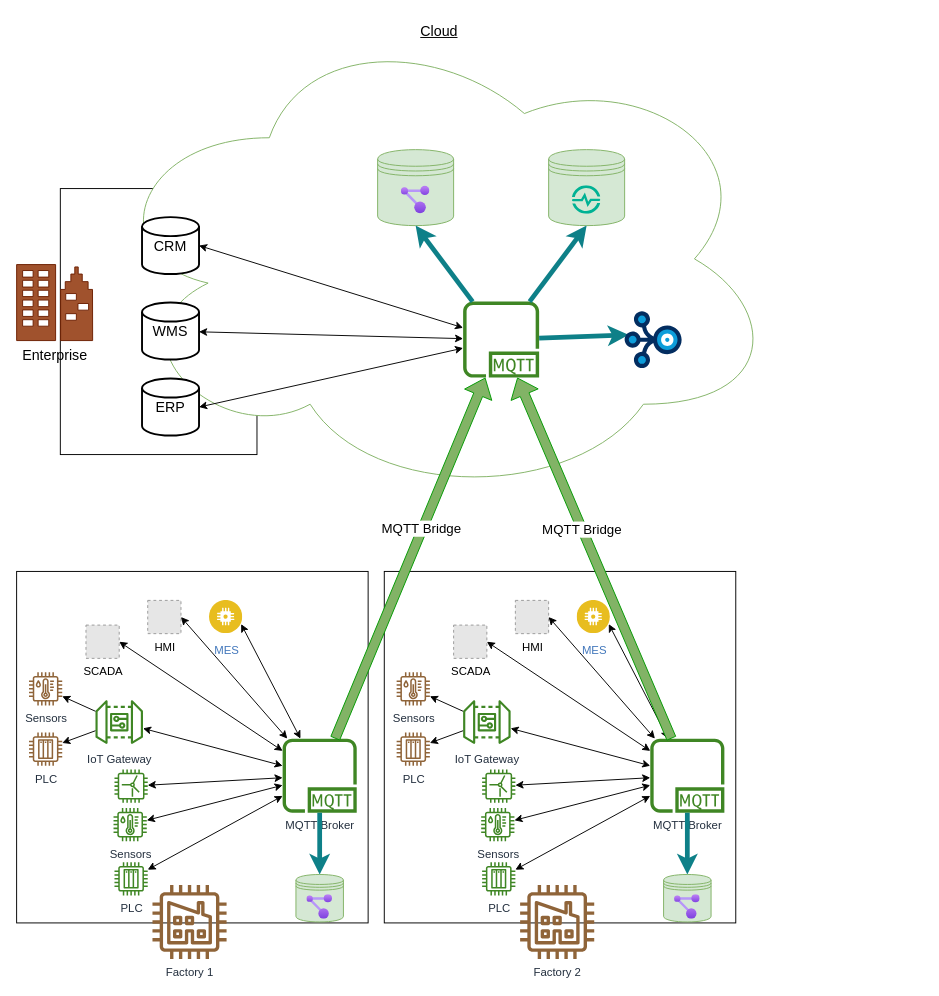
The draw.io diagram images/UNS-Architecture.drawio in mkashwin/unifiednamespace, before the edit. Source tidied: cells renumbered, new cells numbered last; positions are measured from the earlier drawing's top-left corner, leaving out a move shared by most shapes. Both pictures are drawn from the tidied source at 95%, with x=0, y=0 at pixel (16, 16). Pictures stored in the file or linked from it are replaced by grey dashed boxes.
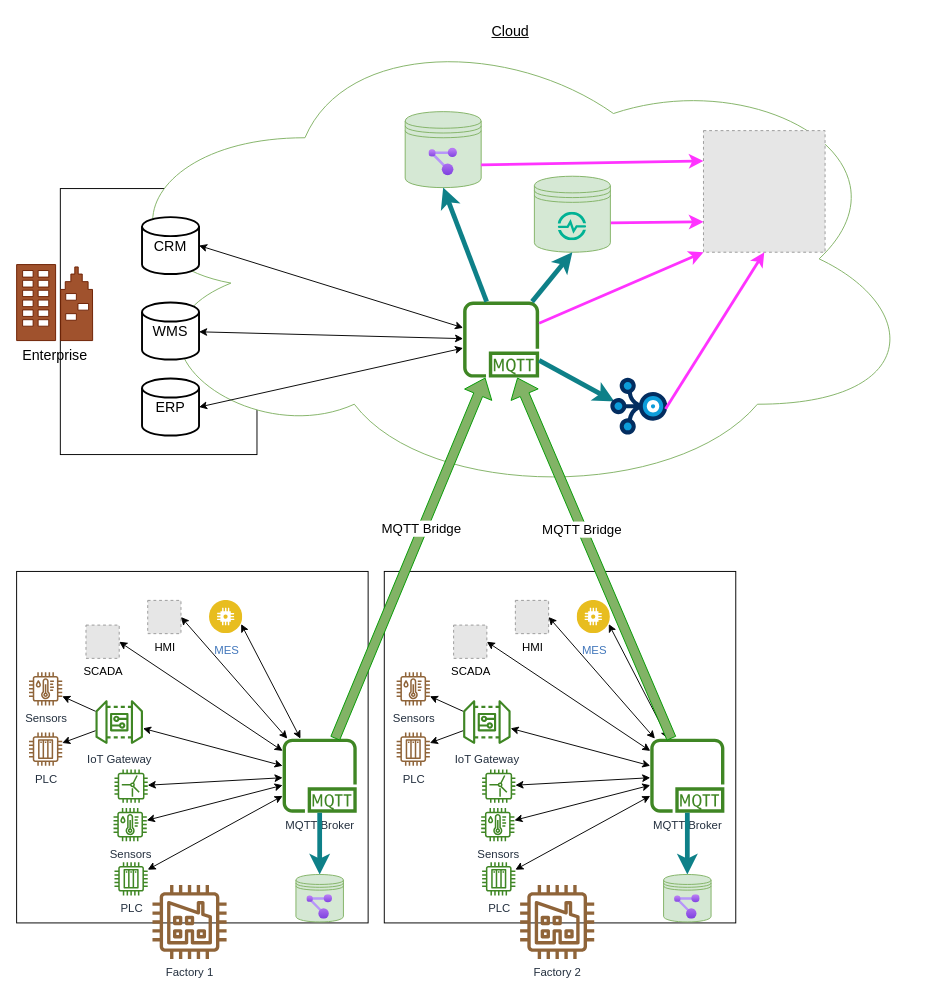
The same diagram, later.

Unchanged cells that the change refers to:
```xml
<mxCell id="58" style="sketch=0;outlineConnect=0;fontColor=#232F3E;gradientColor=none;fillColor=#3F8624;strokeColor=none;dashed=0;verticalLabelPosition=bottom;verticalAlign=top;align=center;html=1;fontSize=12;fontStyle=0;shape=mxgraph.aws4.mqtt_protocol;" parent="1" vertex="1">
  <mxGeometry x="470" y="300" width="80" height="80" as="geometry" />
</mxCell>
<mxCell id="61" style="shape=datastore;whiteSpace=wrap;html=1;fillColor=#d5e8d4;strokeColor=#82b366;" parent="60" vertex="1">
  <mxGeometry width="80" height="80" as="geometry" />
</mxCell>
<mxCell id="71" style="shape=datastore;whiteSpace=wrap;html=1;fillColor=#d5e8d4;strokeColor=#82b366;" parent="70" vertex="1">
  <mxGeometry width="80" height="80" as="geometry" />
</mxCell>
```

What changed in the source:
```diff
@@
     <mxCell id="54" value="&lt;u&gt;&lt;font style=&quot;font-size: 15px&quot;&gt;Cloud&lt;/font&gt;&lt;/u&gt;" style="ellipse;shape=cloud;whiteSpace=wrap;html=1;fontSize=15;fontColor=#000000;strokeColor=#82B366;verticalAlign=top;" parent="1" vertex="1">
-      <mxGeometry x="87" width="716" height="510" as="geometry" />
+      <mxGeometry x="87" width="866" height="510" as="geometry" />
     </mxCell>
@@
     <mxCell id="59" style="group;" parent="1" vertex="1">
-      <mxGeometry x="380" y="140" width="80" height="80" as="geometry" />
+      <mxGeometry x="409" y="100" width="80" height="80" as="geometry" />
     </mxCell>
@@
     <mxCell id="70" style="group;" parent="1" vertex="1">
-      <mxGeometry x="560" y="140" width="80" height="80" as="geometry" />
+      <mxGeometry x="545" y="168" width="80" height="80" as="geometry" />
     </mxCell>
@@
     <mxCell id="76" style="verticalLabelPosition=bottom;html=1;shape=mxgraph.salesforce.stream;" parent="1" vertex="1">
-      <mxGeometry x="640" y="310" width="60" height="60" as="geometry" />
+      <mxGeometry x="625" y="380" width="60" height="60" as="geometry" />
     </mxCell>
+    <mxCell id="77" style="fillColor=#E6E6E6;strokeColor=#999999;dashed=1;html=1;verticalAlign=top;verticalLabelPosition=bottom;labelBackgroundColor=#ffffff;" parent="1" vertex="1">
+      <mxGeometry x="723" y="120" width="128" height="128" as="geometry" />
+    </mxCell>
+    <mxCell id="78" style="endArrow=classic;html=1;rounded=0;strokeWidth=3;fillColor=#b0e3e6;strokeColor=#FF33FF;exitX=1;exitY=0.7;exitDx=0;exitDy=0;entryX=0;entryY=0.25;entryDx=0;entryDy=0;" parent="1" edge="1" source="61" target="77">
+      <mxGeometry relative="1" as="geometry" />
+    </mxCell>
+    <mxCell id="79" style="endArrow=classic;html=1;rounded=0;strokeWidth=3;fillColor=#b0e3e6;strokeColor=#FF33FF;exitX=1.006;exitY=0.613;exitDx=0;exitDy=0;exitPerimeter=0;entryX=0;entryY=0.75;entryDx=0;entryDy=0;" parent="1" edge="1" source="71" target="77">
+      <mxGeometry relative="1" as="geometry" />
+    </mxCell>
+    <mxCell id="80" style="endArrow=classic;html=1;rounded=0;strokeWidth=3;fillColor=#b0e3e6;strokeColor=#FF33FF;exitX=0.967;exitY=0.55;exitDx=0;exitDy=0;exitPerimeter=0;entryX=0.5;entryY=1;entryDx=0;entryDy=0;" parent="1" edge="1" source="76" target="77">
+      <mxGeometry relative="1" as="geometry" />
+    </mxCell>
+    <mxCell id="81" style="endArrow=classic;html=1;rounded=0;strokeWidth=3;fillColor=#b0e3e6;strokeColor=#FF33FF;entryX=0;entryY=1;entryDx=0;entryDy=0;" parent="1" edge="1" source="58" target="77">
+      <mxGeometry relative="1" as="geometry" />
+    </mxCell>
```
